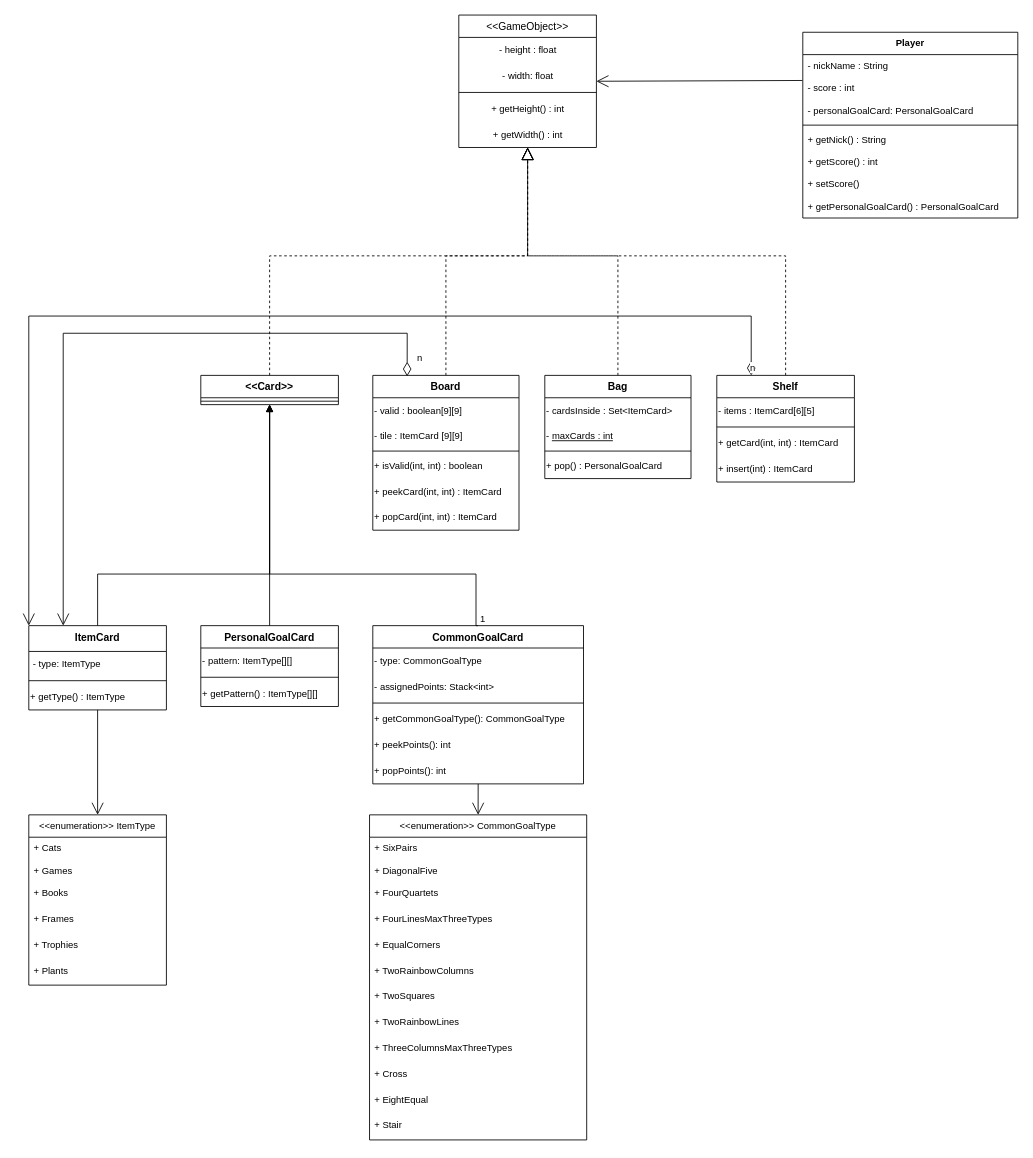
AndreaTorti-01/ing-sw-2023-torti-vigano-valtolina-vokrri keeps this draw.io diagram as src/main/resources/uml.drawio. Above is the earlier version. Source tidied: cells renumbered, new cells numbered last; positions are measured from the earlier drawing's top-left corner, leaving out a move shared by most shapes. Both pictures are drawn from the tidied source at 86%, with x=0, y=0 at pixel (28, 15).
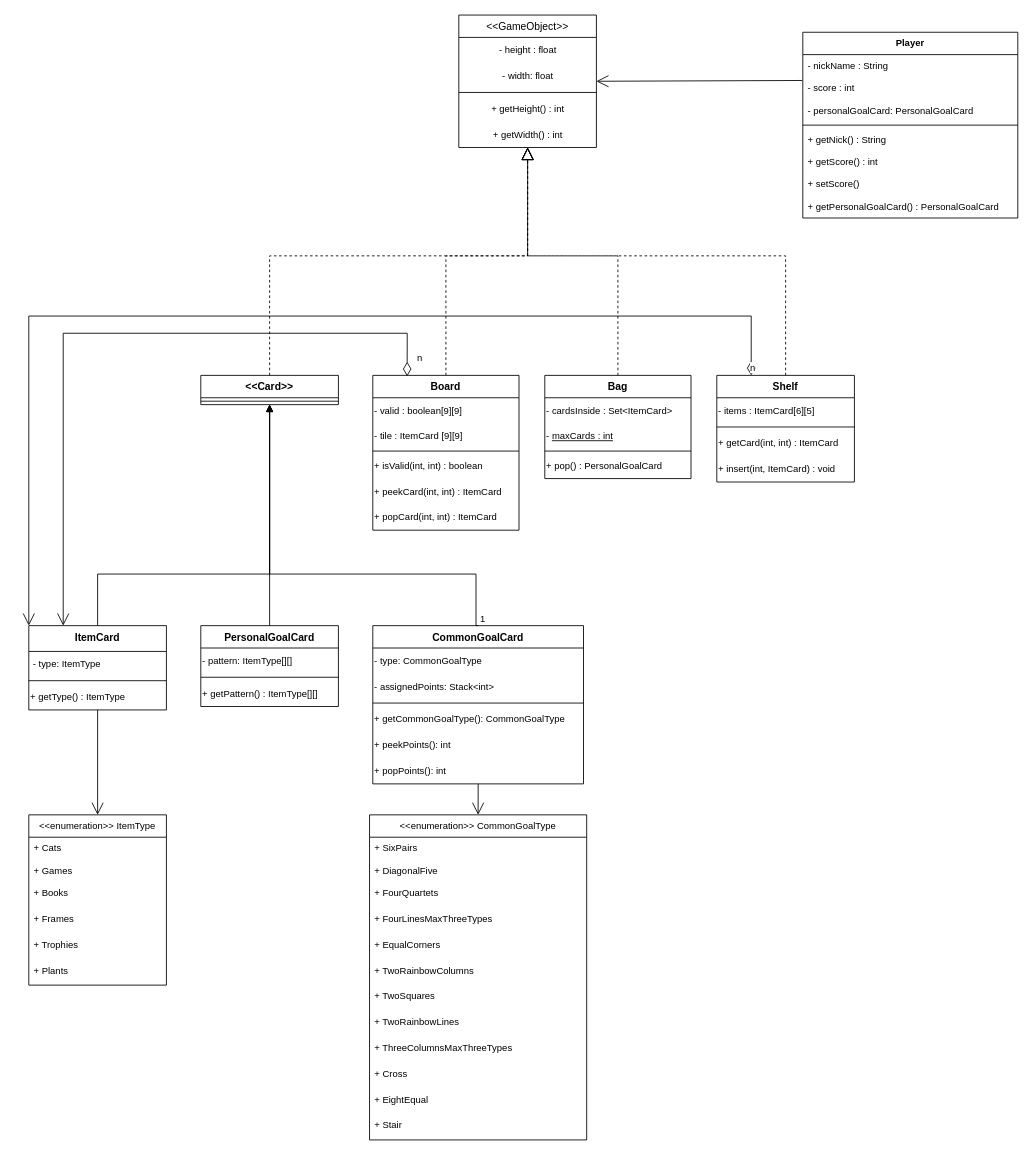
After the change.

Commit message (it also covers changes not shown here):
changing shelf metod in uml, created java classes Card, CardItem, ItemType

Unchanged cells that the change refers to:
```xml
<mxCell id="30" value="Shelf" style="swimlane;fontStyle=1;align=center;verticalAlign=top;horizontal=1;startSize=26;" parent="1" vertex="1">
  <mxGeometry x="800" y="419" width="160" height="124" as="geometry" />
</mxCell>
```

Change to the diagram source:
```diff
@@
-    <mxCell id="34" value="+ insert(int) : ItemCard" style="text;html=1;align=left;verticalAlign=middle;strokeColor=none;fillColor=none;fontSize=11;" parent="30" vertex="1">
+    <mxCell id="34" value="+ insert(int, ItemCard) : void" style="text;html=1;align=left;verticalAlign=middle;strokeColor=none;fillColor=none;fontSize=11;" parent="30" vertex="1">
       <mxGeometry y="94" width="160" height="30" as="geometry" />
     </mxCell>
```
